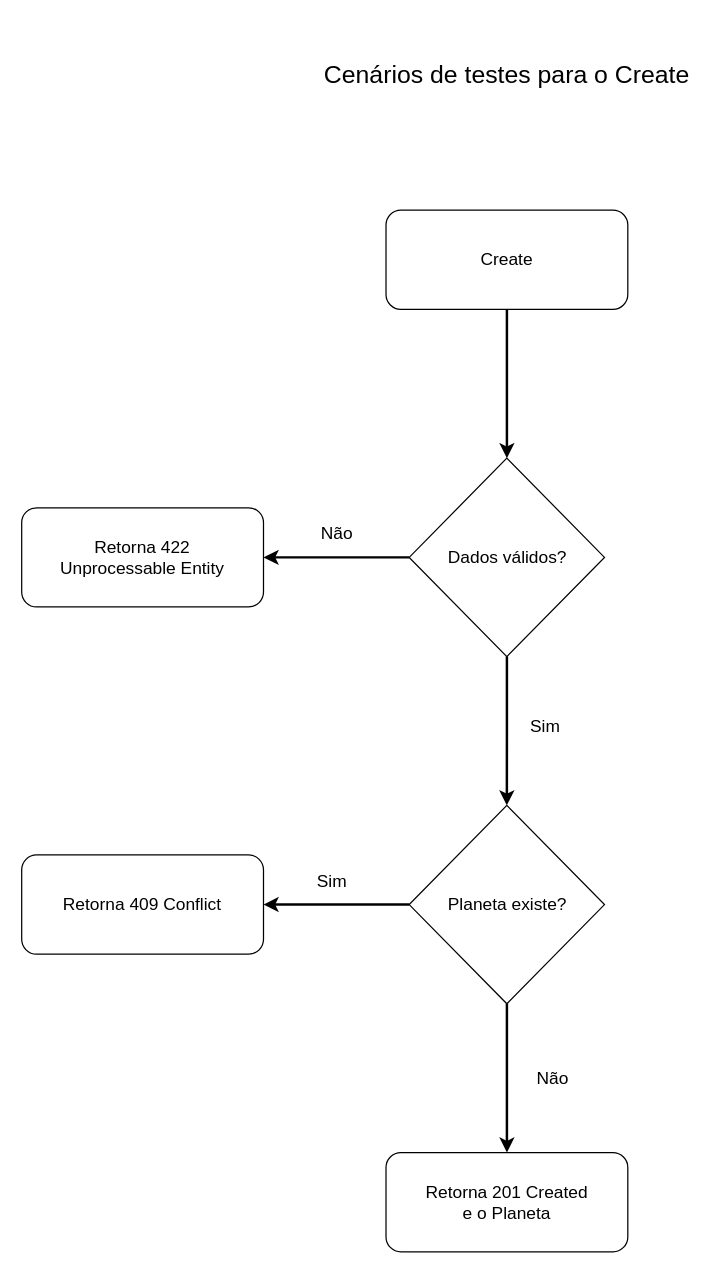
This is page "Create" (1 of 3) of misc/scenary/scenary.drawio from gilsonsilvati/starwars-planet-api, a draw.io file, before an edit. Source tidied: cells renumbered, new cells numbered last; positions are measured from the earlier drawing's top-left corner, leaving out a move shared by most shapes. Both pictures are drawn from the tidied source at 124%, with x=0, y=0 at pixel (21, 21).
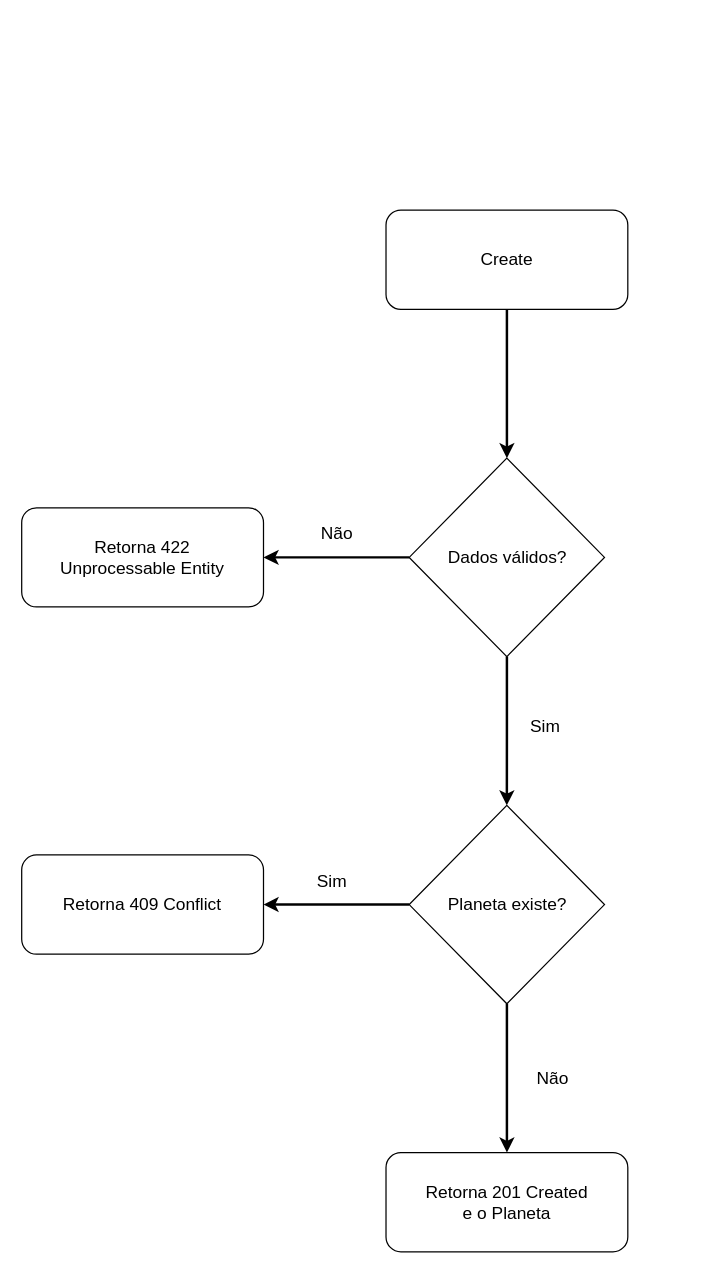
Above is the later version.

Commit message (it also covers changes not shown here):
test: Criando cenário para o get by name

Change to the diagram source:
```diff
@@
 <mxGraphModel>
   <root>
     <mxCell id="0" />
     <mxCell id="1" parent="0" />
     <mxCell id="2" style="edgeStyle=orthogonalEdgeStyle;rounded=0;jettySize=auto;html=1;flowAnimation=1;strokeWidth=2;" parent="1" edge="1" source="3" target="7">
       <mxGeometry relative="1" as="geometry" />
     </mxCell>
     <mxCell id="3" value="&lt;font style=&quot;font-size: 14px;&quot;&gt;Create&lt;/font&gt;" style="rounded=1;whiteSpace=wrap;html=1;" parent="1" vertex="1">
       <mxGeometry x="293.8" y="152" width="195" height="80" as="geometry" />
     </mxCell>
     <mxCell id="4" style="edgeStyle=orthogonalEdgeStyle;rounded=0;jettySize=auto;html=1;entryX=1;entryY=0.5;entryDx=0;entryDy=0;flowAnimation=1;strokeWidth=2;" parent="1" edge="1" source="7" target="8">
       <mxGeometry relative="1" as="geometry" />
     </mxCell>
     <mxCell id="5" value="&lt;font style=&quot;font-size: 14px;&quot;&gt;Não&lt;/font&gt;" style="edgeLabel;html=1;align=center;verticalAlign=middle;" parent="4" vertex="1">
       <mxGeometry x="-0.01" relative="1" as="geometry">
         <mxPoint x="-1" y="-20" as="offset" />
       </mxGeometry>
     </mxCell>
     <mxCell id="6" style="edgeStyle=orthogonalEdgeStyle;rounded=0;jettySize=auto;html=1;entryX=0.5;entryY=0;entryDx=0;entryDy=0;flowAnimation=1;strokeWidth=2;" parent="1" edge="1" source="7" target="13">
       <mxGeometry relative="1" as="geometry" />
     </mxCell>
     <mxCell id="7" value="&lt;font style=&quot;font-size: 14px;&quot;&gt;Dados válidos?&lt;/font&gt;" style="rhombus;whiteSpace=wrap;html=1;" parent="1" vertex="1">
       <mxGeometry x="312.5" y="352" width="157.5" height="160" as="geometry" />
     </mxCell>
     <mxCell id="8" value="&lt;font style=&quot;font-size: 14px;&quot;&gt;Retorna 422&lt;/font&gt;&lt;div&gt;&lt;font style=&quot;&quot;&gt;&lt;span style=&quot;font-size: 14px;&quot;&gt;Unprocessable Entity&lt;/span&gt;&lt;br&gt;&lt;/font&gt;&lt;/div&gt;" style="rounded=1;whiteSpace=wrap;html=1;" parent="1" vertex="1">
       <mxGeometry y="392" width="195" height="80" as="geometry" />
     </mxCell>
     <mxCell id="9" style="edgeStyle=orthogonalEdgeStyle;rounded=0;jettySize=auto;html=1;entryX=1;entryY=0.5;entryDx=0;entryDy=0;flowAnimation=1;strokeWidth=2;" parent="1" edge="1" source="13" target="14">
       <mxGeometry relative="1" as="geometry" />
     </mxCell>
     <mxCell id="10" value="&lt;font style=&quot;font-size: 14px;&quot;&gt;Sim&lt;/font&gt;" style="edgeLabel;html=1;align=center;verticalAlign=middle;" parent="9" vertex="1">
       <mxGeometry x="0.06" relative="1" as="geometry">
         <mxPoint x="-1" y="-20" as="offset" />
       </mxGeometry>
     </mxCell>
     <mxCell id="11" style="edgeStyle=orthogonalEdgeStyle;rounded=0;jettySize=auto;html=1;entryX=0.5;entryY=0;entryDx=0;entryDy=0;flowAnimation=1;strokeWidth=2;" parent="1" edge="1" source="13" target="15">
       <mxGeometry relative="1" as="geometry" />
     </mxCell>
     <mxCell id="12" value="&lt;font style=&quot;font-size: 14px;&quot;&gt;Não&lt;/font&gt;" style="edgeLabel;html=1;align=center;verticalAlign=middle;" parent="11" vertex="1">
       <mxGeometry x="-0.08" y="2" relative="1" as="geometry">
         <mxPoint x="34" y="5" as="offset" />
       </mxGeometry>
     </mxCell>
     <mxCell id="13" value="&lt;font style=&quot;font-size: 14px;&quot;&gt;Planeta existe?&lt;/font&gt;" style="rhombus;whiteSpace=wrap;html=1;" parent="1" vertex="1">
       <mxGeometry x="312.5" y="632" width="157.5" height="160" as="geometry" />
     </mxCell>
     <mxCell id="14" value="&lt;font style=&quot;font-size: 14px;&quot;&gt;Retorna 409 Conflict&lt;/font&gt;" style="rounded=1;whiteSpace=wrap;html=1;" parent="1" vertex="1">
       <mxGeometry y="672" width="195" height="80" as="geometry" />
     </mxCell>
     <mxCell id="15" value="&lt;font style=&quot;font-size: 14px;&quot;&gt;Retorna 201 Created&lt;/font&gt;&lt;div&gt;&lt;font style=&quot;font-size: 14px;&quot;&gt;e o Planeta&lt;/font&gt;&lt;/div&gt;" style="rounded=1;whiteSpace=wrap;html=1;" parent="1" vertex="1">
       <mxGeometry x="293.8" y="912" width="195" height="80" as="geometry" />
     </mxCell>
-    <mxCell id="16" value="&lt;font style=&quot;font-size: 20px;&quot;&gt;Cenários de testes para o Create&lt;/font&gt;" style="text;html=1;align=center;verticalAlign=middle;whiteSpace=wrap;rounded=0;" parent="1" vertex="1">
-      <mxGeometry x="230.8" width="321" height="83" as="geometry" />
-    </mxCell>
     <mxCell id="17" value="&lt;font style=&quot;font-size: 14px;&quot;&gt;Sim&lt;/font&gt;" style="text;html=1;align=center;verticalAlign=middle;strokeColor=none;fillColor=none;" parent="1" vertex="1">
       <mxGeometry x="401" y="553" width="42" height="29" as="geometry" />
     </mxCell>
   </root>
 </mxGraphModel>
```
